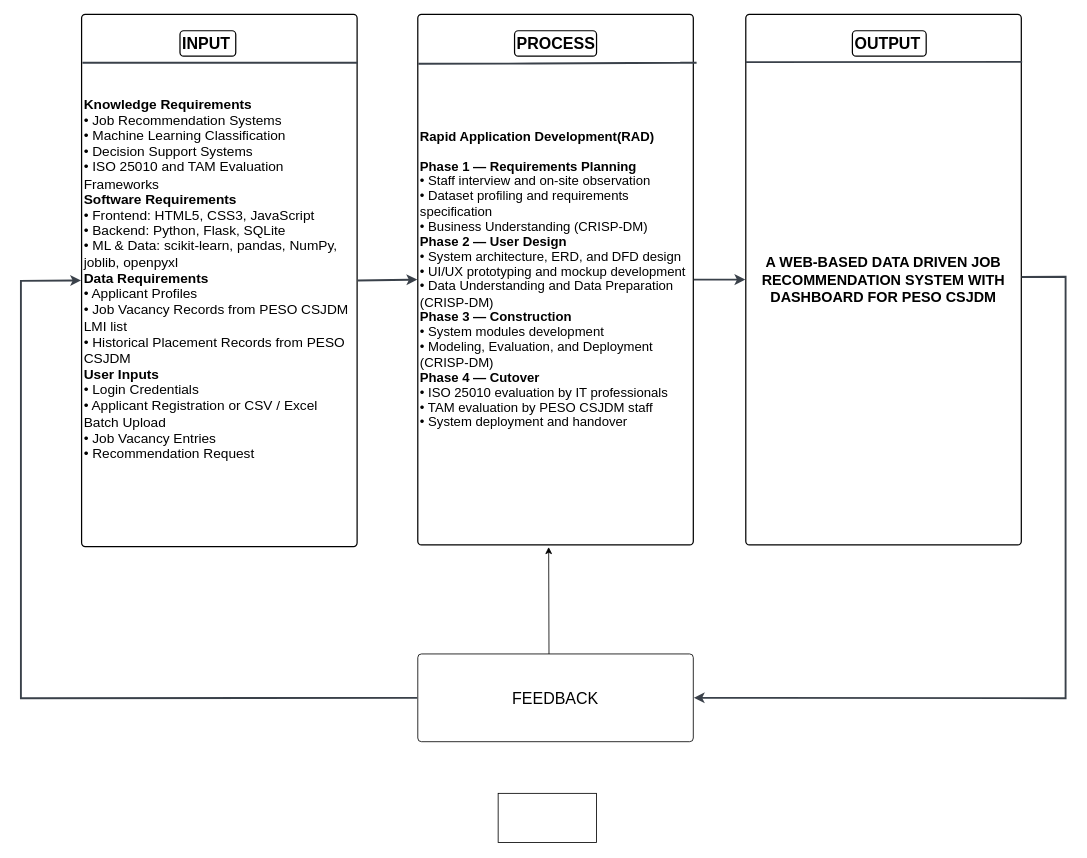
Before: DOCUMENTATION/PAPER/diagrams/conceptualframework.drawio.xml in leandroalabado20/CAPSTONE, a draw.io diagram. Source tidied: cells renumbered, new cells numbered last; positions are measured from the earlier drawing's top-left corner, leaving out a move shared by most shapes. Both pictures are drawn from the tidied source at 82%, with x=0, y=0 at pixel (20, 14).
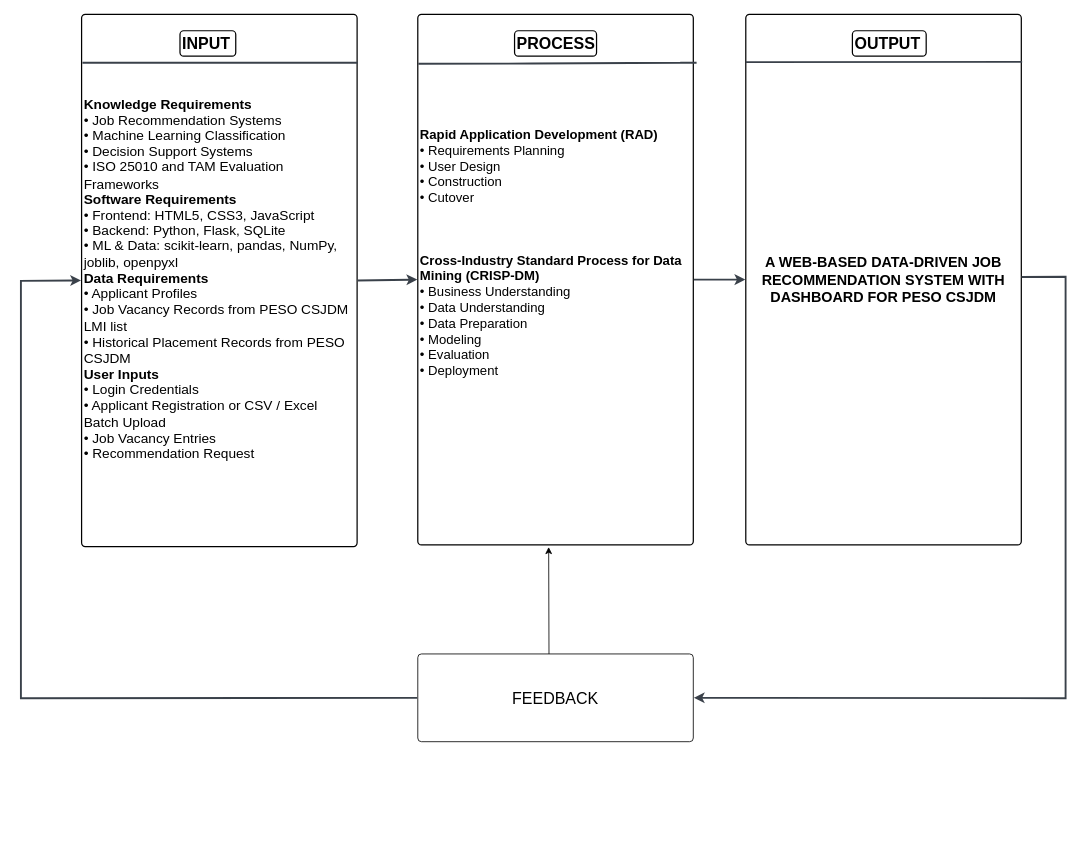
After the change.

Commit message:
Update conceptual framework diagram and paper edits

Process box: centered text, RAD phases listed individually, CRISP-DM
expanded to all 6 phases individually. Also includes paper edits from
this session: NFR table, definition of terms cleanup, BOS paragraph,
delimitations/limitations, and synthesis em dash fixes.

Diff of the diagram source:
```diff
@@
-    <mxCell id="3" value="&lt;div style=&quot;display: flex; justify-content: flex-start; text-align: left; align-items: baseline; font-size: 0; line-height: 1.25;margin-top: -2px;&quot;&gt;&lt;span&gt;&lt;span style=&quot;font-size:16px;font-weight: bold;&quot;&gt;Rapid Application Development(RAD)&#10;&lt;/span&gt;&lt;/span&gt;&lt;/div&gt;&lt;div style=&quot;display: flex; justify-content: flex-start; text-align: left; align-items: baseline; font-size: 0; line-height: 1.25;margin-top: -2px;&quot;&gt;&lt;span&gt;&lt;span style=&quot;font-size:16px;font-weight: bold;&quot;&gt;&#10;&lt;/span&gt;&lt;/span&gt;&lt;/div&gt;&lt;div style=&quot;display: flex; justify-content: flex-start; text-align: left; align-items: baseline; font-size: 0; line-height: 1.25;margin-top: -2px;&quot;&gt;&lt;span&gt;&lt;span style=&quot;font-size:16px;font-weight: bold;&quot;&gt;Phase 1 — Requirements Planning &lt;/span&gt;&lt;span style=&quot;font-size:16px;&quot;&gt;&#10;&lt;/span&gt;&lt;/span&gt;&lt;/div&gt;&lt;div style=&quot;display: flex; justify-content: flex-start; text-align: left; align-items: baseline; font-size: 0; line-height: 1.25;margin-top: -2px;&quot;&gt;&lt;span&gt;&lt;span style=&quot;font-size:16px;&quot;&gt;• Staff interview and on-site observation&#10;&lt;/span&gt;&lt;/span&gt;&lt;/div&gt;&lt;div style=&quot;display: flex; justify-content: flex-start; text-align: left; align-items: baseline; font-size: 0; line-height: 1.25;margin-top: -2px;&quot;&gt;&lt;span&gt;&lt;span style=&quot;font-size:16px;&quot;&gt;• Dataset profiling and requirements specification&#10;&lt;/span&gt;&lt;/span&gt;&lt;/div&gt;&lt;div style=&quot;display: flex; justify-content: flex-start; text-align: left; align-items: baseline; font-size: 0; line-height: 1.25;margin-top: -2px;&quot;&gt;&lt;span&gt;&lt;span style=&quot;font-size:16px;&quot;&gt;• Business Understanding (CRISP-DM)&#10;&lt;/span&gt;&lt;/span&gt;&lt;/div&gt;&lt;div style=&quot;display: flex; justify-content: flex-start; text-align: left; align-items: baseline; font-size: 0; line-height: 1.25;margin-top: -2px;&quot;&gt;&lt;span&gt;&lt;span style=&quot;font-size:16px;&quot;&gt;&lt;span style=&quot;font-size:16px;font-weight: bold;&quot;&gt;Phase 2 — User Design &lt;/span&gt;&lt;span style=&quot;font-size:16px;&quot;&gt;&#10;&lt;/span&gt;&lt;/span&gt;&lt;/span&gt;&lt;/div&gt;&lt;div style=&quot;display: flex; justify-content: flex-start; text-align: left; align-items: baseline; font-size: 0; line-height: 1.25;margin-top: -2px;&quot;&gt;&lt;span&gt;&lt;span style=&quot;font-size:16px;&quot;&gt;• System architecture, ERD, and DFD design&#10;&lt;/span&gt;&lt;/span&gt;&lt;/div&gt;&lt;div style=&quot;display: flex; justify-content: flex-start; text-align: left; align-items: baseline; font-size: 0; line-height: 1.25;margin-top: -2px;&quot;&gt;&lt;span&gt;&lt;span style=&quot;font-size:16px;&quot;&gt;• UI/UX prototyping and mockup development&#10;&lt;/span&gt;&lt;/span&gt;&lt;/div&gt;&lt;div style=&quot;display: flex; justify-content: flex-start; text-align: left; align-items: baseline; font-size: 0; line-height: 1.25;margin-top: -2px;&quot;&gt;&lt;span&gt;&lt;span style=&quot;font-size:16px;&quot;&gt;• Data Understanding and Data Preparation (CRISP-DM)&#10;&lt;/span&gt;&lt;/span&gt;&lt;/div&gt;&lt;div style=&quot;display: flex; justify-content: flex-start; text-align: left; align-items: baseline; font-size: 0; line-height: 1.25;margin-top: -2px;&quot;&gt;&lt;span&gt;&lt;span style=&quot;font-size:16px;&quot;&gt;&lt;span style=&quot;font-size:16px;font-weight: bold;&quot;&gt;Phase 3 — Construction &lt;/span&gt;&lt;span style=&quot;font-size:16px;&quot;&gt;&#10;&lt;/span&gt;&lt;/span&gt;&lt;/span&gt;&lt;/div&gt;&lt;div style=&quot;display: flex; justify-content: flex-start; text-align: left; align-items: baseline; font-size: 0; line-height: 1.25;margin-top: -2px;&quot;&gt;&lt;span&gt;&lt;span style=&quot;font-size:16px;&quot;&gt;• System modules development&#10;&lt;/span&gt;&lt;/span&gt;&lt;/div&gt;&lt;div style=&quot;display: flex; justify-content: flex-start; text-align: left; align-items: baseline; font-size: 0; line-height: 1.25;margin-top: -2px;&quot;&gt;&lt;span&gt;&lt;span style=&quot;font-size:16px;&quot;&gt;• Modeling, Evaluation, and Deployment (CRISP-DM)&#10;&lt;/span&gt;&lt;/span&gt;&lt;/div&gt;&lt;div style=&quot;display: flex; justify-content: flex-start; text-align: left; align-items: baseline; font-size: 0; line-height: 1.25;margin-top: -2px;&quot;&gt;&lt;span&gt;&lt;span style=&quot;font-size:16px;&quot;&gt;&lt;span style=&quot;font-size:16px;font-weight: bold;&quot;&gt;Phase 4 — Cutover &lt;/span&gt;&lt;span style=&quot;font-size:16px;&quot;&gt;&#10;&lt;/span&gt;&lt;/span&gt;&lt;/span&gt;&lt;/div&gt;&lt;div style=&quot;display: flex; justify-content: flex-start; text-align: left; align-items: baseline; font-size: 0; line-height: 1.25;margin-top: -2px;&quot;&gt;&lt;span&gt;&lt;span style=&quot;font-size:16px;&quot;&gt;• ISO 25010 evaluation by IT professionals&#10;&lt;/span&gt;&lt;/span&gt;&lt;/div&gt;&lt;div style=&quot;display: flex; justify-content: flex-start; text-align: left; align-items: baseline; font-size: 0; line-height: 1.25;margin-top: -2px;&quot;&gt;&lt;span&gt;&lt;span style=&quot;font-size:16px;&quot;&gt;• TAM evaluation by PESO CSJDM staff&#10;&lt;/span&gt;&lt;/span&gt;&lt;/div&gt;&lt;div style=&quot;display: flex; justify-content: flex-start; text-align: left; align-items: baseline; font-size: 0; line-height: 1.25;margin-top: -2px;&quot;&gt;&lt;span&gt;&lt;span style=&quot;font-size:16px;&quot;&gt;• System deployment and handover&lt;/span&gt;&lt;/span&gt;&lt;/div&gt;" style="html=1;overflow=block;blockSpacing=1;whiteSpace=wrap;fontSize=13;spacing=3.8;strokeOpacity=100;fillOpacity=100;rounded=1;absoluteArcSize=1;arcSize=9;fillColor=#ffffff;strokeWidth=1.5;lucidId=79_EFc-J_PIU;" parent="1" vertex="1">
+    <mxCell id="3" value="&lt;span style=&quot;font-size: 16px; font-weight: bold; background-color: transparent; color: light-dark(rgb(0, 0, 0), rgb(255, 255, 255));&quot;&gt;&amp;nbsp;&lt;/span&gt;&lt;div&gt;&lt;span style=&quot;font-size: 16px; font-weight: bold; background-color: transparent; color: light-dark(rgb(0, 0, 0), rgb(255, 255, 255));&quot;&gt;&lt;br&gt;&lt;/span&gt;&lt;/div&gt;&lt;div&gt;&lt;span style=&quot;font-size: 16px; font-weight: bold; background-color: transparent; color: light-dark(rgb(0, 0, 0), rgb(255, 255, 255));&quot;&gt;&lt;br&gt;&lt;/span&gt;&lt;/div&gt;&lt;div&gt;&lt;span style=&quot;font-size: 16px; font-weight: bold; background-color: transparent; color: light-dark(rgb(0, 0, 0), rgb(255, 255, 255));&quot;&gt;&lt;br&gt;&lt;/span&gt;&lt;/div&gt;&lt;div&gt;&lt;span style=&quot;font-size: 16px; font-weight: bold; background-color: transparent; color: light-dark(rgb(0, 0, 0), rgb(255, 255, 255));&quot;&gt;&lt;br&gt;&lt;/span&gt;&lt;/div&gt;&lt;div&gt;&lt;span style=&quot;font-size: 16px; font-weight: bold; background-color: transparent; color: light-dark(rgb(0, 0, 0), rgb(255, 255, 255));&quot;&gt;&lt;br&gt;&lt;/span&gt;&lt;/div&gt;&lt;div&gt;&lt;span style=&quot;font-size: 16px; font-weight: bold; background-color: transparent; color: light-dark(rgb(0, 0, 0), rgb(255, 255, 255));&quot;&gt;&lt;br&gt;&lt;/span&gt;&lt;/div&gt;&lt;div&gt;&lt;span style=&quot;font-size: 16px; font-weight: bold; background-color: transparent; color: light-dark(rgb(0, 0, 0), rgb(255, 255, 255));&quot;&gt;Rapid Application Development (RAD)&lt;/span&gt;&lt;br&gt;&lt;span style=&quot;font-size: 16px; background-color: transparent; color: light-dark(rgb(0, 0, 0), rgb(255, 255, 255));&quot;&gt;• Requirements Planning&lt;/span&gt;&lt;br&gt;&lt;span style=&quot;font-size: 16px; background-color: transparent; color: light-dark(rgb(0, 0, 0), rgb(255, 255, 255));&quot;&gt;• User Design&lt;/span&gt;&lt;br&gt;&lt;span style=&quot;font-size: 16px; background-color: transparent; color: light-dark(rgb(0, 0, 0), rgb(255, 255, 255));&quot;&gt;• Construction&lt;/span&gt;&lt;br&gt;&lt;span style=&quot;font-size: 16px; background-color: transparent; color: light-dark(rgb(0, 0, 0), rgb(255, 255, 255));&quot;&gt;• Cutover&lt;/span&gt;&lt;br&gt;&lt;span style=&quot;font-size: 16px;&quot;&gt;&lt;br&gt;&lt;br&gt;&lt;br&gt;&lt;/span&gt;&lt;span style=&quot;font-size: 16px; font-weight: bold; background-color: transparent; color: light-dark(rgb(0, 0, 0), rgb(255, 255, 255));&quot;&gt;Cross-Industry Standard Process for Data Mining (CRISP-DM)&lt;/span&gt;&lt;br&gt;&lt;span style=&quot;font-size: 16px; background-color: transparent; color: light-dark(rgb(0, 0, 0), rgb(255, 255, 255));&quot;&gt;• Business Understanding&lt;/span&gt;&lt;br&gt;&lt;span style=&quot;font-size: 16px; background-color: transparent; color: light-dark(rgb(0, 0, 0), rgb(255, 255, 255));&quot;&gt;• Data Understanding&lt;/span&gt;&lt;br&gt;&lt;span style=&quot;font-size: 16px; background-color: transparent; color: light-dark(rgb(0, 0, 0), rgb(255, 255, 255));&quot;&gt;• Data Preparation&lt;/span&gt;&lt;br&gt;&lt;span style=&quot;font-size: 16px; background-color: transparent; color: light-dark(rgb(0, 0, 0), rgb(255, 255, 255));&quot;&gt;• Modeling&lt;/span&gt;&lt;br&gt;&lt;span style=&quot;font-size: 16px; background-color: transparent; color: light-dark(rgb(0, 0, 0), rgb(255, 255, 255));&quot;&gt;• Evaluation&lt;/span&gt;&lt;div&gt;&lt;span style=&quot;font-size: 16px; background-color: transparent; color: light-dark(rgb(0, 0, 0), rgb(255, 255, 255));&quot;&gt;• Deployment&lt;/span&gt;&lt;/div&gt;&lt;/div&gt;" style="html=1;overflow=block;blockSpacing=1;whiteSpace=wrap;fontSize=13;spacing=3.8;verticalAlign=top;strokeOpacity=100;fillOpacity=100;rounded=1;absoluteArcSize=1;arcSize=9;fillColor=#ffffff;strokeWidth=1.5;lucidId=79_EFc-J_PIU;align=left;" parent="1" vertex="1">
       <mxGeometry x="484" width="336" height="647" as="geometry" />
     </mxCell>
-    <mxCell id="4" value="A WEB-BASED DATA DRIVEN JOB RECOMMENDATION SYSTEM WITH DASHBOARD FOR PESO CSJDM" style="html=1;overflow=block;blockSpacing=1;whiteSpace=wrap;fontSize=17.5;fontStyle=1;spacing=3.8;verticalAlign=middle;strokeOpacity=100;fillOpacity=100;rounded=1;absoluteArcSize=1;arcSize=9;fillColor=#ffffff;strokeWidth=1.5;lucidId=99_ETW_N.lcM;" parent="1" vertex="1">
+    <mxCell id="4" value="A WEB-BASED DATA-DRIVEN JOB RECOMMENDATION SYSTEM WITH DASHBOARD FOR PESO CSJDM" style="html=1;overflow=block;blockSpacing=1;whiteSpace=wrap;fontSize=17.5;fontStyle=1;spacing=3.8;verticalAlign=middle;strokeOpacity=100;fillOpacity=100;rounded=1;absoluteArcSize=1;arcSize=9;fillColor=#ffffff;strokeWidth=1.5;lucidId=99_ETW_N.lcM;" parent="1" vertex="1">
       <mxGeometry x="884" width="336" height="647" as="geometry" />
     </mxCell>
@@
-    <mxCell id="17" style="rounded=0;whiteSpace=wrap;html=1;" parent="1" vertex="1">
-      <mxGeometry x="582" y="950" width="120" height="60" as="geometry" />
-    </mxCell>
```
